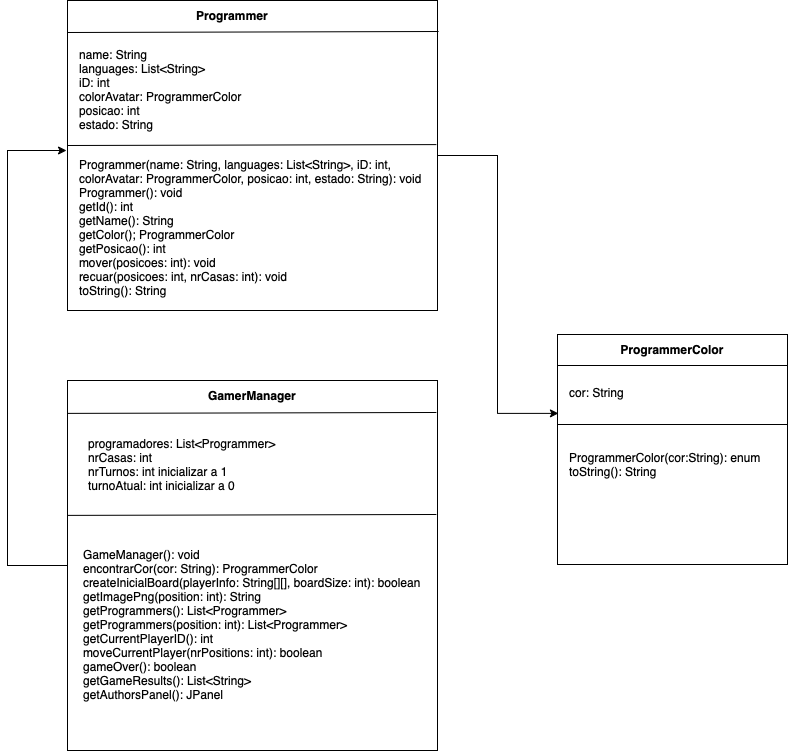
Above: diagrama.png in tiagoagueda240/O-Grande-Jogo-do-DEISI (draw.io), before the change. Source tidied: cells renumbered, new cells last; positions are measured from the earlier drawing's top-left corner, leaving out a move shared by most shapes.
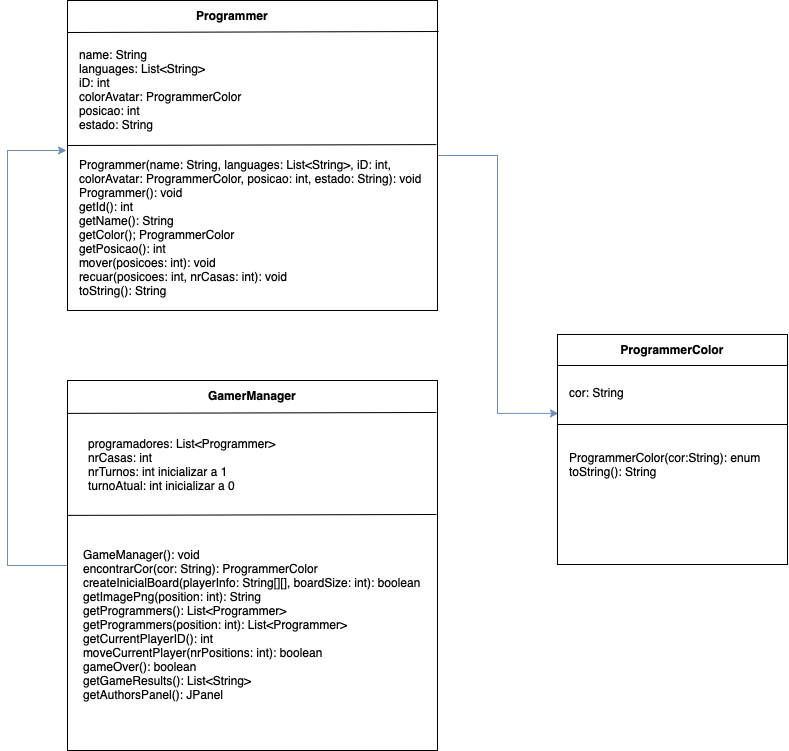
The same diagram one commit later.

Diff of the diagram source:
```diff
@@ -2,13 +2,13 @@
   <root>
     <mxCell id="0" />
     <mxCell id="1" parent="0" />
-    <mxCell id="2" style="edgeStyle=orthogonalEdgeStyle;rounded=0;jettySize=auto;html=1;entryX=0.004;entryY=0.343;entryDx=0;entryDy=0;entryPerimeter=0;" parent="1" edge="1" source="3" target="6">
+    <mxCell id="2" style="edgeStyle=orthogonalEdgeStyle;rounded=0;jettySize=auto;html=1;entryX=0.004;entryY=0.343;entryDx=0;entryDy=0;entryPerimeter=0;fillColor=#dae8fc;strokeColor=#6c8ebf;" parent="1" edge="1" source="3" target="6">
       <mxGeometry relative="1" as="geometry" />
     </mxCell>
     <mxCell id="3" style="rounded=0;whiteSpace=wrap;html=1;" parent="1" vertex="1">
       <mxGeometry x="60" width="370" height="310" as="geometry" />
     </mxCell>
-    <mxCell id="4" style="edgeStyle=orthogonalEdgeStyle;rounded=0;jettySize=auto;html=1;" parent="1" edge="1" source="5">
+    <mxCell id="4" style="edgeStyle=orthogonalEdgeStyle;rounded=0;jettySize=auto;html=1;fillColor=#dae8fc;strokeColor=#6c8ebf;" parent="1" edge="1" source="5">
       <mxGeometry relative="1" as="geometry">
         <mxPoint x="59" y="150" as="targetPoint" />
         <Array as="points">
```
